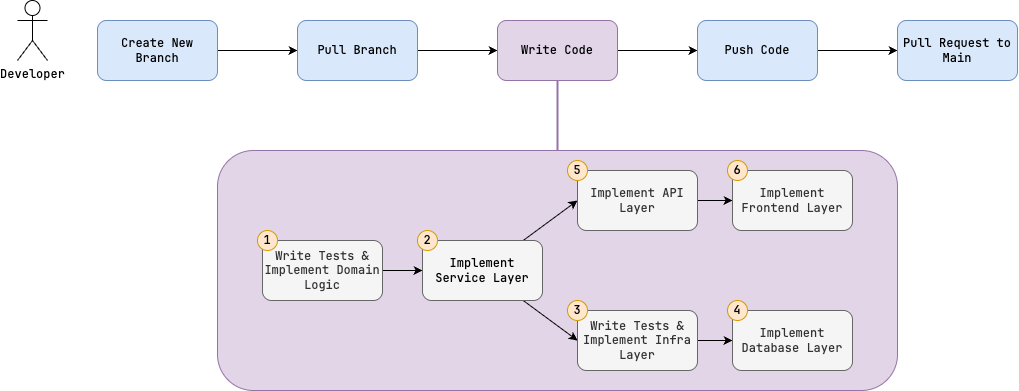
cooperlutz/go-full keeps this draw.io diagram as docs/docs/_img/sdlc.drawio.png. Above is the earlier version. Source tidied: cells renumbered, new cells last; positions are measured from the earlier drawing's top-left corner, leaving out a move shared by most shapes. Its diagram source:
```xml
<mxGraphModel>
  <root>
    <mxCell id="0" />
    <mxCell id="1" parent="0" />
    <mxCell id="2" style="whiteSpace=wrap;html=1;fontFamily=Jetbrains Mono;rounded=1;fillColor=#e1d5e7;strokeColor=#9673a6;" parent="1" vertex="1">
      <mxGeometry x="200" y="150" width="680" height="240" as="geometry" />
    </mxCell>
    <mxCell id="3" style="edgeStyle=none;html=1;fontFamily=Jetbrains Mono;" parent="1" edge="1" source="4" target="7">
      <mxGeometry relative="1" as="geometry" />
    </mxCell>
    <mxCell id="4" value="Write Tests &amp;amp; Implement Domain Logic" style="rounded=1;whiteSpace=wrap;html=1;fontFamily=Jetbrains Mono;fillColor=#f5f5f5;fontColor=#333333;strokeColor=#666666;" parent="1" vertex="1">
      <mxGeometry x="245" y="240" width="120" height="60" as="geometry" />
    </mxCell>
    <mxCell id="5" style="edgeStyle=none;html=1;entryX=0;entryY=0.5;entryDx=0;entryDy=0;fontFamily=Jetbrains Mono;" parent="1" edge="1" source="7" target="9">
      <mxGeometry relative="1" as="geometry" />
    </mxCell>
    <mxCell id="6" style="edgeStyle=none;html=1;entryX=0;entryY=0.5;entryDx=0;entryDy=0;fontFamily=Jetbrains Mono;" parent="1" edge="1" source="7" target="21">
      <mxGeometry relative="1" as="geometry" />
    </mxCell>
    <mxCell id="7" value="&lt;span style=&quot;color: rgb(0, 0, 0);&quot;&gt;Implement Service Layer&lt;/span&gt;" style="rounded=1;whiteSpace=wrap;html=1;fontFamily=Jetbrains Mono;fillColor=#f5f5f5;fontColor=#333333;strokeColor=#666666;" parent="1" vertex="1">
      <mxGeometry x="405" y="240" width="120" height="60" as="geometry" />
    </mxCell>
    <mxCell id="8" style="edgeStyle=none;html=1;entryX=0;entryY=0.5;entryDx=0;entryDy=0;fontFamily=Jetbrains Mono;" parent="1" edge="1" source="9" target="22">
      <mxGeometry relative="1" as="geometry" />
    </mxCell>
    <mxCell id="9" value="Implement API Layer" style="whiteSpace=wrap;html=1;fontFamily=Jetbrains Mono;rounded=1;fillColor=#f5f5f5;fontColor=#333333;strokeColor=#666666;" parent="1" vertex="1">
      <mxGeometry x="560" y="170" width="120" height="60" as="geometry" />
    </mxCell>
    <mxCell id="10" style="edgeStyle=none;html=1;fontFamily=Jetbrains Mono;" parent="1" edge="1" source="11" target="13">
      <mxGeometry relative="1" as="geometry" />
    </mxCell>
    <mxCell id="11" value="Create New Branch" style="rounded=1;whiteSpace=wrap;html=1;fontFamily=Jetbrains Mono;fillColor=#dae8fc;strokeColor=#6c8ebf;" parent="1" vertex="1">
      <mxGeometry x="80" y="20" width="120" height="60" as="geometry" />
    </mxCell>
    <mxCell id="12" style="edgeStyle=none;html=1;fontFamily=Jetbrains Mono;" parent="1" edge="1" source="13" target="16">
      <mxGeometry relative="1" as="geometry" />
    </mxCell>
    <mxCell id="13" value="&lt;span style=&quot;color: rgb(0, 0, 0);&quot;&gt;Pull Branch&lt;/span&gt;" style="rounded=1;whiteSpace=wrap;html=1;fontFamily=Jetbrains Mono;fillColor=#dae8fc;strokeColor=#6c8ebf;" parent="1" vertex="1">
      <mxGeometry x="280" y="20" width="120" height="60" as="geometry" />
    </mxCell>
    <mxCell id="14" style="edgeStyle=none;html=1;fontFamily=Jetbrains Mono;" parent="1" edge="1" source="16" target="18">
      <mxGeometry relative="1" as="geometry" />
    </mxCell>
    <mxCell id="15" style="edgeStyle=none;html=1;strokeColor=#9673a6;endArrow=none;endFill=0;fillColor=#e1d5e7;strokeWidth=2;fontFamily=Jetbrains Mono;" parent="1" edge="1" source="16" target="2">
      <mxGeometry relative="1" as="geometry" />
    </mxCell>
    <mxCell id="16" value="Write Code" style="whiteSpace=wrap;html=1;fontFamily=Jetbrains Mono;rounded=1;fillColor=#e1d5e7;strokeColor=#9673a6;" parent="1" vertex="1">
      <mxGeometry x="480" y="20" width="120" height="60" as="geometry" />
    </mxCell>
    <mxCell id="17" style="edgeStyle=none;html=1;fontFamily=Jetbrains Mono;" parent="1" edge="1" source="18" target="19">
      <mxGeometry relative="1" as="geometry" />
    </mxCell>
    <mxCell id="18" value="Push Code" style="whiteSpace=wrap;html=1;fontFamily=Jetbrains Mono;rounded=1;fillColor=#dae8fc;strokeColor=#6c8ebf;" parent="1" vertex="1">
      <mxGeometry x="680" y="20" width="120" height="60" as="geometry" />
    </mxCell>
    <mxCell id="19" value="Pull Request to Main" style="whiteSpace=wrap;html=1;fontFamily=Jetbrains Mono;rounded=1;fillColor=#dae8fc;strokeColor=#6c8ebf;" parent="1" vertex="1">
      <mxGeometry x="880" y="20" width="120" height="60" as="geometry" />
    </mxCell>
    <mxCell id="20" style="edgeStyle=none;html=1;fontFamily=Jetbrains Mono;" parent="1" edge="1" source="21" target="23">
      <mxGeometry relative="1" as="geometry" />
    </mxCell>
    <mxCell id="21" value="Write Tests &amp;amp; Implement Infra Layer" style="rounded=1;whiteSpace=wrap;html=1;fontFamily=Jetbrains Mono;fillColor=#f5f5f5;fontColor=#333333;strokeColor=#666666;" parent="1" vertex="1">
      <mxGeometry x="560" y="310" width="120" height="60" as="geometry" />
    </mxCell>
    <mxCell id="22" value="Implement Frontend Layer" style="whiteSpace=wrap;html=1;fontFamily=Jetbrains Mono;rounded=1;fillColor=#f5f5f5;fontColor=#333333;strokeColor=#666666;" parent="1" vertex="1">
      <mxGeometry x="715" y="170" width="120" height="60" as="geometry" />
    </mxCell>
    <mxCell id="23" value="Implement Database Layer" style="whiteSpace=wrap;html=1;fontFamily=Jetbrains Mono;rounded=1;fillColor=#f5f5f5;fontColor=#333333;strokeColor=#666666;" parent="1" vertex="1">
      <mxGeometry x="715" y="310" width="120" height="60" as="geometry" />
    </mxCell>
    <mxCell id="24" value="Developer" style="shape=umlActor;verticalLabelPosition=bottom;verticalAlign=top;html=1;fontFamily=Jetbrains Mono;" parent="1" vertex="1">
      <mxGeometry width="30" height="60" as="geometry" />
    </mxCell>
    <mxCell id="25" value="1" style="ellipse;whiteSpace=wrap;html=1;fillColor=#ffe6cc;strokeColor=#d79b00;fontFamily=Jetbrains Mono;" parent="1" vertex="1">
      <mxGeometry x="240" y="230" width="20" height="20" as="geometry" />
    </mxCell>
    <mxCell id="26" value="2" style="ellipse;whiteSpace=wrap;html=1;fillColor=#ffe6cc;strokeColor=#d79b00;fontFamily=Jetbrains Mono;" parent="1" vertex="1">
      <mxGeometry x="400" y="230" width="20" height="20" as="geometry" />
    </mxCell>
    <mxCell id="27" value="5" style="ellipse;whiteSpace=wrap;html=1;fillColor=#ffe6cc;strokeColor=#d79b00;fontFamily=Jetbrains Mono;" parent="1" vertex="1">
      <mxGeometry x="550" y="160" width="20" height="20" as="geometry" />
    </mxCell>
    <mxCell id="28" value="6" style="ellipse;whiteSpace=wrap;html=1;fillColor=#ffe6cc;strokeColor=#d79b00;fontFamily=Jetbrains Mono;" parent="1" vertex="1">
      <mxGeometry x="710" y="160" width="20" height="20" as="geometry" />
    </mxCell>
    <mxCell id="29" value="3" style="ellipse;whiteSpace=wrap;html=1;fillColor=#ffe6cc;strokeColor=#d79b00;fontFamily=Jetbrains Mono;" parent="1" vertex="1">
      <mxGeometry x="550" y="300" width="20" height="20" as="geometry" />
    </mxCell>
    <mxCell id="30" value="4" style="ellipse;whiteSpace=wrap;html=1;fillColor=#ffe6cc;strokeColor=#d79b00;fontFamily=Jetbrains Mono;" parent="1" vertex="1">
      <mxGeometry x="710" y="300" width="20" height="20" as="geometry" />
    </mxCell>
  </root>
</mxGraphModel>
```
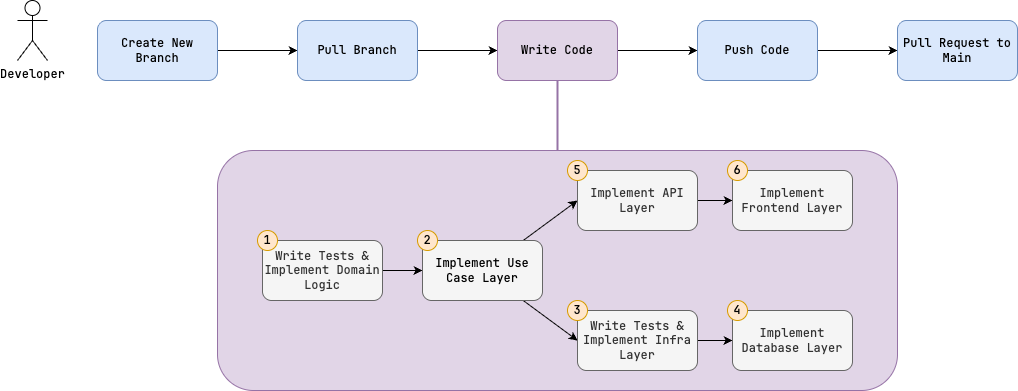
Above is the later version.

Diff of the diagram source:
```diff
@@ -17,7 +17,7 @@
     <mxCell id="6" style="edgeStyle=none;html=1;entryX=0;entryY=0.5;entryDx=0;entryDy=0;fontFamily=Jetbrains Mono;" parent="1" edge="1" source="7" target="21">
       <mxGeometry relative="1" as="geometry" />
     </mxCell>
-    <mxCell id="7" value="&lt;span style=&quot;color: rgb(0, 0, 0);&quot;&gt;Implement Service Layer&lt;/span&gt;" style="rounded=1;whiteSpace=wrap;html=1;fontFamily=Jetbrains Mono;fillColor=#f5f5f5;fontColor=#333333;strokeColor=#666666;" parent="1" vertex="1">
+    <mxCell id="7" value="&lt;span style=&quot;color: rgb(0, 0, 0);&quot;&gt;Implement Use Case Layer&lt;/span&gt;" style="rounded=1;whiteSpace=wrap;html=1;fontFamily=Jetbrains Mono;fillColor=#f5f5f5;fontColor=#333333;strokeColor=#666666;" parent="1" vertex="1">
       <mxGeometry x="405" y="240" width="120" height="60" as="geometry" />
     </mxCell>
     <mxCell id="8" style="edgeStyle=none;html=1;entryX=0;entryY=0.5;entryDx=0;entryDy=0;fontFamily=Jetbrains Mono;" parent="1" edge="1" source="9" target="22">
```
